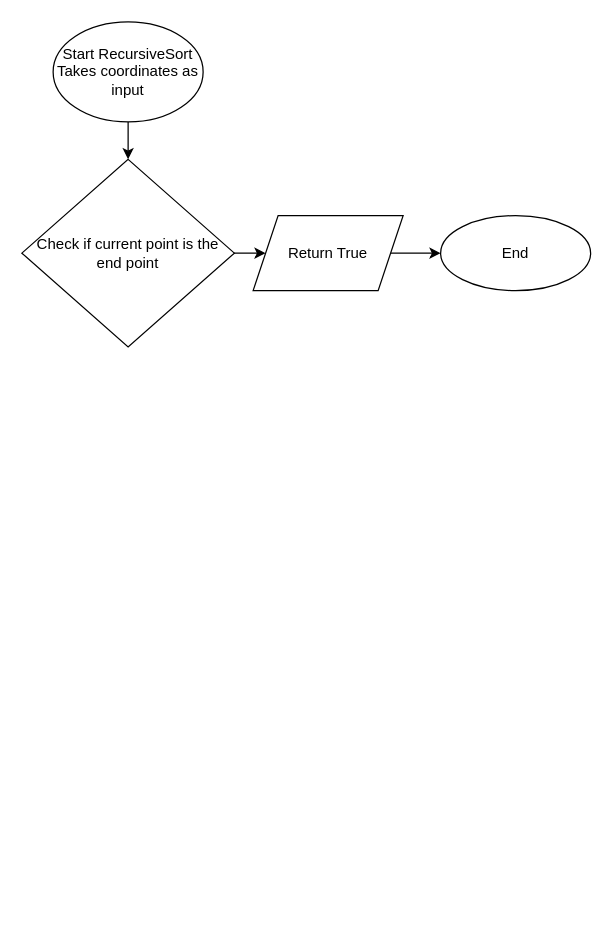
stanbennard/MazeProject2021 keeps this draw.io diagram as Pathfinder 2.drawio. Above is the earlier version. Source tidied: cells renumbered, new cells numbered last; positions are measured from the earlier drawing's top-left corner, leaving out a move shared by most shapes. Both pictures are drawn from the tidied source at 125%, with x=0, y=0 at pixel (21, 21).
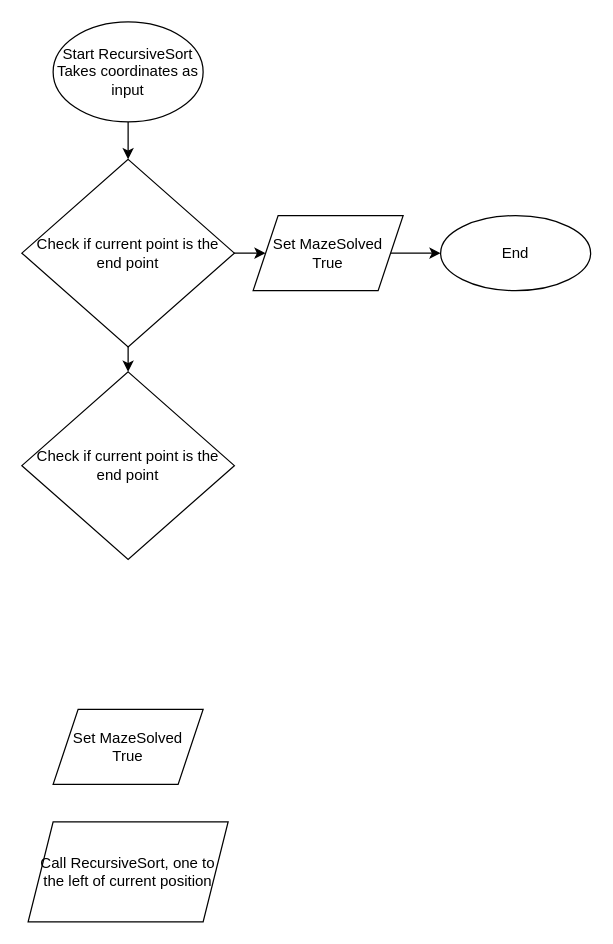
Above is the later version.

Change to the diagram source:
```diff
@@
 <mxGraphModel>
   <root>
     <mxCell id="0" />
     <mxCell id="1" parent="0" />
     <mxCell id="2" style="edgeStyle=orthogonalEdgeStyle;rounded=0;jettySize=auto;html=1;" parent="1" edge="1" source="3">
       <mxGeometry relative="1" as="geometry">
         <mxPoint x="85" y="110" as="targetPoint" />
       </mxGeometry>
     </mxCell>
     <mxCell id="3" value="Start RecursiveSort&lt;br&gt;Takes coordinates as input" style="ellipse;whiteSpace=wrap;html=1;" parent="1" vertex="1">
       <mxGeometry x="25" width="120" height="80" as="geometry" />
     </mxCell>
     <mxCell id="4" style="edgeStyle=orthogonalEdgeStyle;rounded=0;jettySize=auto;html=1;" parent="1" edge="1" source="5" target="7">
       <mxGeometry relative="1" as="geometry" />
     </mxCell>
+    <mxCell id="9" style="edgeStyle=orthogonalEdgeStyle;rounded=0;jettySize=auto;html=1;exitX=0.5;exitY=1;exitDx=0;exitDy=0;" parent="1" edge="1" source="5">
+      <mxGeometry relative="1" as="geometry">
+        <mxPoint x="85" y="280" as="targetPoint" />
+      </mxGeometry>
+    </mxCell>
     <mxCell id="5" value="&lt;span&gt;Check if current point is the end point&lt;/span&gt;" style="rhombus;whiteSpace=wrap;html=1;" parent="1" vertex="1">
       <mxGeometry y="110" width="170" height="150" as="geometry" />
     </mxCell>
     <mxCell id="6" style="edgeStyle=orthogonalEdgeStyle;rounded=0;jettySize=auto;html=1;" parent="1" edge="1" source="7" target="8">
       <mxGeometry relative="1" as="geometry" />
     </mxCell>
-    <mxCell id="7" value="Return True" style="shape=parallelogram;perimeter=parallelogramPerimeter;whiteSpace=wrap;html=1;fixedSize=1;" parent="1" vertex="1">
+    <mxCell id="7" value="Set MazeSolved&lt;br&gt;True" style="shape=parallelogram;perimeter=parallelogramPerimeter;whiteSpace=wrap;html=1;fixedSize=1;" parent="1" vertex="1">
       <mxGeometry x="185" y="155" width="120" height="60" as="geometry" />
     </mxCell>
     <mxCell id="8" value="End" style="ellipse;whiteSpace=wrap;html=1;" parent="1" vertex="1">
       <mxGeometry x="335" y="155" width="120" height="60" as="geometry" />
     </mxCell>
+    <mxCell id="10" value="Call RecursiveSort, one to the left of current position" style="shape=parallelogram;perimeter=parallelogramPerimeter;whiteSpace=wrap;html=1;fixedSize=1;" parent="1" vertex="1">
+      <mxGeometry x="5" y="640" width="160" height="80" as="geometry" />
+    </mxCell>
+    <mxCell id="11" value="Set MazeSolved&lt;br&gt;True" style="shape=parallelogram;perimeter=parallelogramPerimeter;whiteSpace=wrap;html=1;fixedSize=1;" parent="1" vertex="1">
+      <mxGeometry x="25" y="550" width="120" height="60" as="geometry" />
+    </mxCell>
+    <mxCell id="12" value="&lt;span&gt;Check if current point is the end point&lt;/span&gt;" style="rhombus;whiteSpace=wrap;html=1;" parent="1" vertex="1">
+      <mxGeometry y="280" width="170" height="150" as="geometry" />
+    </mxCell>
   </root>
 </mxGraphModel>
```
